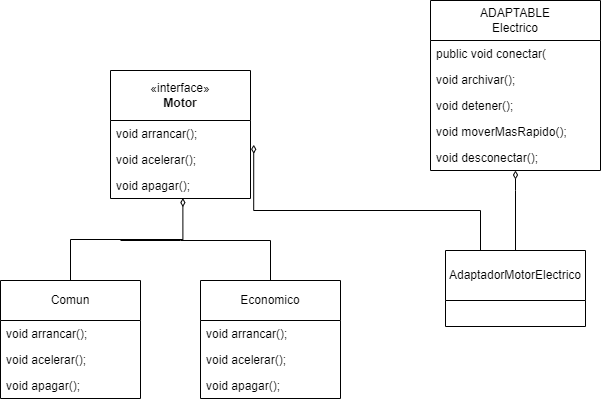
The draw.io diagram Practica2PatronesDD/Diagramas/PracticaPatrones-Adapter.drawio.png in rachedsofia/PracticaPatrones, before a commit. Source tidied: cells renumbered, new cells last; positions are measured from the earlier drawing's top-left corner, leaving out a move shared by most shapes.
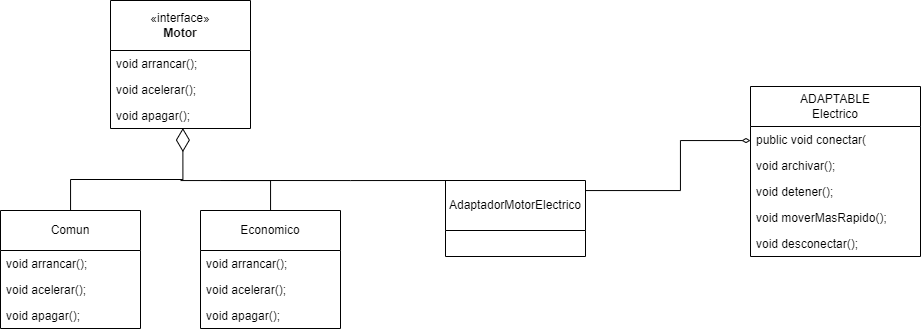
The same file after the commit.

Commit message:
Modificacion diagrama

Change to the diagram source:
```diff
@@ -14,7 +14,7 @@
     <mxCell id="5" value="&lt;div&gt;&lt;span style=&quot;background-color: initial;&quot;&gt;void apagar();&lt;/span&gt;&lt;br&gt;&lt;/div&gt;&lt;div&gt;&lt;div style=&quot;border-color: var(--border-color);&quot;&gt;&lt;span style=&quot;border-color: var(--border-color);&quot;&gt;&lt;/span&gt;&lt;/div&gt;&lt;/div&gt;" style="text;strokeColor=none;fillColor=none;align=left;verticalAlign=top;spacingLeft=4;spacingRight=4;overflow=hidden;points=[[0,0.5],[1,0.5]];portConstraint=eastwest;whiteSpace=wrap;html=1;" parent="2" vertex="1">
       <mxGeometry y="102" width="140" height="26" as="geometry" />
     </mxCell>
-    <mxCell id="6" style="edgeStyle=orthogonalEdgeStyle;rounded=0;jettySize=auto;html=1;entryX=0.517;entryY=0.984;entryDx=0;entryDy=0;entryPerimeter=0;endArrow=diamondThin;endFill=0;" parent="1" edge="1" source="7" target="5">
+    <mxCell id="6" style="edgeStyle=orthogonalEdgeStyle;rounded=0;jettySize=auto;html=1;entryX=0.517;entryY=0.984;entryDx=0;entryDy=0;entryPerimeter=0;endArrow=diamondThin;endFill=0;endSize=21;" parent="1" edge="1" source="7" target="5">
       <mxGeometry relative="1" as="geometry" />
     </mxCell>
     <mxCell id="7" value="Comun" style="swimlane;fontStyle=0;horizontal=1;startSize=40;fillColor=none;whiteSpace=wrap;html=1;" parent="1" vertex="1">
@@ -29,19 +29,20 @@
     <mxCell id="10" value="&lt;div&gt;&lt;span style=&quot;background-color: initial;&quot;&gt;void apagar();&lt;/span&gt;&lt;br&gt;&lt;/div&gt;&lt;div&gt;&lt;div style=&quot;border-color: var(--border-color);&quot;&gt;&lt;span style=&quot;border-color: var(--border-color);&quot;&gt;&lt;/span&gt;&lt;/div&gt;&lt;/div&gt;" style="text;strokeColor=none;fillColor=none;align=left;verticalAlign=top;spacingLeft=4;spacingRight=4;overflow=hidden;whiteSpace=wrap;html=1;" parent="7" vertex="1">
       <mxGeometry y="92" width="140" height="26" as="geometry" />
     </mxCell>
-    <mxCell id="11" style="edgeStyle=orthogonalEdgeStyle;rounded=0;jettySize=auto;html=1;endArrow=diamondThin;endFill=0;" parent="1" edge="1" source="13" target="24">
+    <mxCell id="11" style="edgeStyle=orthogonalEdgeStyle;rounded=0;jettySize=auto;html=1;endArrow=diamondThin;endFill=0;" parent="1" edge="1" source="13" target="19">
       <mxGeometry relative="1" as="geometry">
         <Array as="points">
-          <mxPoint x="515" y="190" />
-          <mxPoint x="515" y="190" />
+          <mxPoint x="680" y="260" />
+          <mxPoint x="680" y="210" />
         </Array>
       </mxGeometry>
     </mxCell>
-    <mxCell id="12" style="edgeStyle=orthogonalEdgeStyle;rounded=0;jettySize=auto;html=1;exitX=0.25;exitY=0;exitDx=0;exitDy=0;entryX=1.023;entryY=-0.067;entryDx=0;entryDy=0;entryPerimeter=0;endArrow=diamondThin;endFill=0;" parent="1" edge="1" source="13" target="4">
+    <mxCell id="12" style="edgeStyle=orthogonalEdgeStyle;rounded=0;jettySize=auto;html=1;exitX=0.25;exitY=0;exitDx=0;exitDy=0;endArrow=none;endFill=0;" parent="1" edge="1" source="13">
       <mxGeometry relative="1" as="geometry">
+        <mxPoint x="220" y="250" as="targetPoint" />
         <Array as="points">
-          <mxPoint x="480" y="210" />
-          <mxPoint x="253" y="210" />
+          <mxPoint x="350" y="250" />
+          <mxPoint x="350" y="250" />
         </Array>
       </mxGeometry>
     </mxCell>
@@ -50,10 +51,10 @@
     </mxCell>
     <mxCell id="14" style="edgeStyle=orthogonalEdgeStyle;rounded=0;jettySize=auto;html=1;endArrow=none;endFill=0;" parent="1" edge="1" source="15">
       <mxGeometry relative="1" as="geometry">
-        <mxPoint x="120" y="240" as="targetPoint" />
+        <mxPoint x="180" y="250" as="targetPoint" />
         <Array as="points">
-          <mxPoint x="270" y="240" />
-          <mxPoint x="180" y="240" />
+          <mxPoint x="270" y="250" />
+          <mxPoint x="180" y="250" />
         </Array>
       </mxGeometry>
     </mxCell>
@@ -70,7 +71,7 @@
       <mxGeometry y="92" width="140" height="26" as="geometry" />
     </mxCell>
     <mxCell id="19" value="ADAPTABLE&lt;br&gt;Electrico" style="swimlane;fontStyle=0;horizontal=1;startSize=40;fillColor=none;whiteSpace=wrap;html=1;" parent="1" vertex="1">
-      <mxGeometry x="430" width="170" height="170" as="geometry" />
+      <mxGeometry x="750" y="156" width="170" height="170" as="geometry" />
     </mxCell>
     <mxCell id="20" value="&lt;div&gt;&lt;div&gt;public void conectar(&lt;/div&gt;&lt;/div&gt;" style="text;strokeColor=none;fillColor=none;align=left;verticalAlign=top;spacingLeft=4;spacingRight=4;overflow=hidden;whiteSpace=wrap;html=1;" parent="19" vertex="1">
       <mxGeometry y="40" width="170" height="26" as="geometry" />
```
